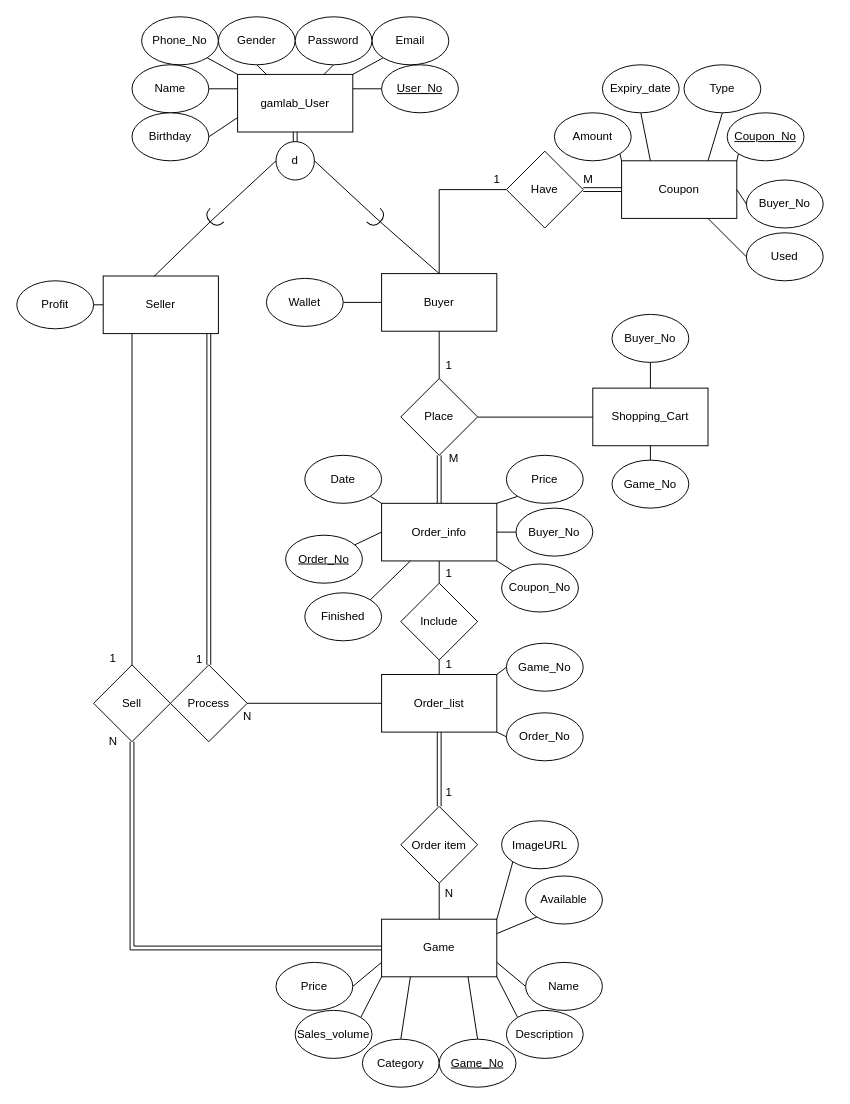
Above: page "ER Diagram" (2 of 3) of DBMS.drawio in 13urgerKing/109-1DBMS (draw.io), before the change. Source tidied: cells renumbered, new cells numbered last; positions are measured from the earlier drawing's top-left corner, leaving out a move shared by most shapes. Both pictures are drawn from the tidied source at 96%, with x=0, y=0 at pixel (16, 16).
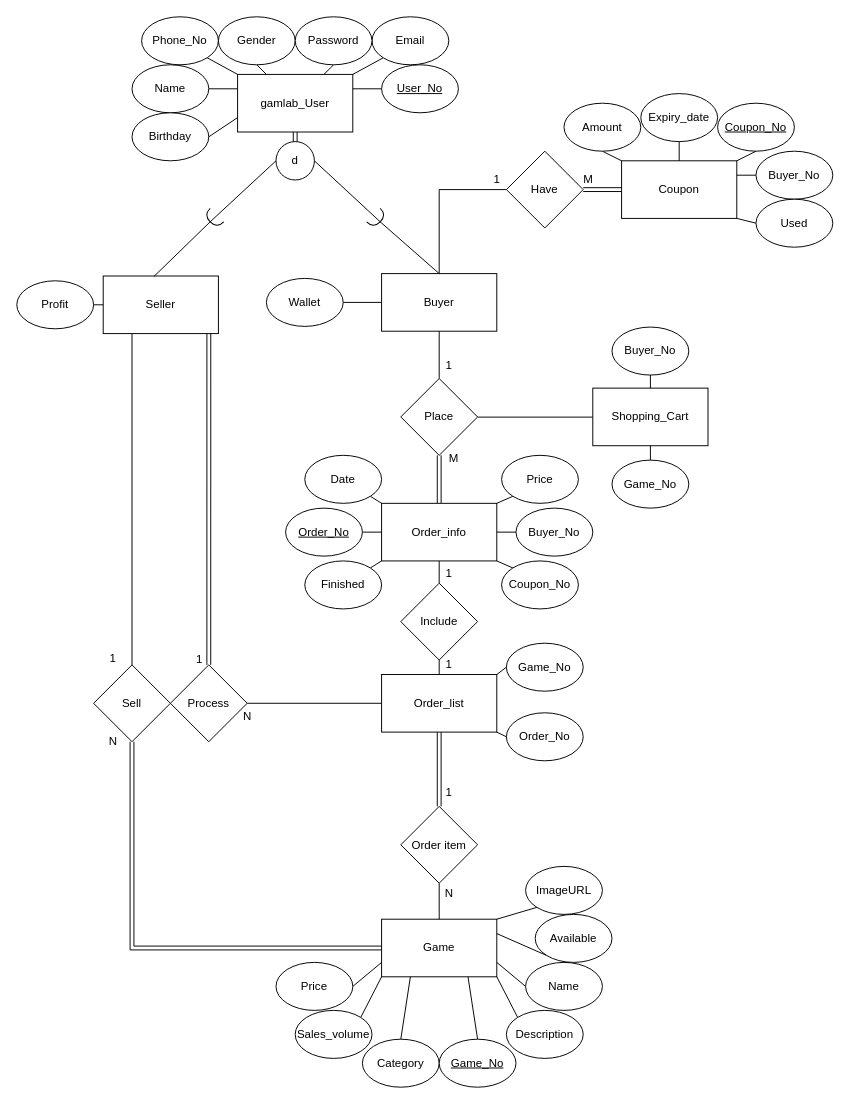
The same page after the edit.

Unchanged cells that the change refers to:
```xml
<mxCell id="69" value="Coupon" style="rounded=0;whiteSpace=wrap;html=1;" parent="1" vertex="1">
  <mxGeometry x="630" y="150" width="120" height="60" as="geometry" />
</mxCell>
<mxCell id="84" value="Order_info" style="rounded=0;whiteSpace=wrap;html=1;" parent="1" vertex="1">
  <mxGeometry x="380" y="506.8" width="120" height="60" as="geometry" />
</mxCell>
```

Diff of the diagram source:
```diff
@@
-    <mxCell id="70" style="edgeStyle=none;rounded=0;jettySize=auto;html=1;exitX=0;exitY=1;exitDx=0;exitDy=0;entryX=1;entryY=0;entryDx=0;entryDy=0;endArrow=none;endFill=0;" parent="1" edge="1" source="71" target="69">
+    <mxCell id="70" style="edgeStyle=none;rounded=0;jettySize=auto;html=1;exitX=0.5;exitY=1;exitDx=0;exitDy=0;entryX=1;entryY=0;entryDx=0;entryDy=0;endArrow=none;endFill=0;" parent="1" edge="1" source="71" target="69">
       <mxGeometry relative="1" as="geometry" />
     </mxCell>
     <mxCell id="71" value="&lt;u&gt;Coupon_No&lt;/u&gt;" style="ellipse;whiteSpace=wrap;html=1;" parent="1" vertex="1">
-      <mxGeometry x="740" y="100" width="80" height="50" as="geometry" />
+      <mxGeometry x="730" y="90" width="80" height="50" as="geometry" />
     </mxCell>
-    <mxCell id="72" style="edgeStyle=none;rounded=0;jettySize=auto;html=1;exitX=0.5;exitY=1;exitDx=0;exitDy=0;entryX=0.25;entryY=0;entryDx=0;entryDy=0;endArrow=none;endFill=0;" parent="1" edge="1" source="73" target="69">
+    <mxCell id="72" style="edgeStyle=none;rounded=0;jettySize=auto;html=1;exitX=0.5;exitY=1;exitDx=0;exitDy=0;entryX=0.5;entryY=0;entryDx=0;entryDy=0;endArrow=none;endFill=0;" parent="1" edge="1" source="73" target="69">
       <mxGeometry relative="1" as="geometry" />
     </mxCell>
     <mxCell id="73" value="Expiry_date" style="ellipse;whiteSpace=wrap;html=1;" parent="1" vertex="1">
-      <mxGeometry x="610" y="50" width="80" height="50" as="geometry" />
+      <mxGeometry x="650" y="80" width="80" height="50" as="geometry" />
     </mxCell>
-    <mxCell id="74" style="edgeStyle=none;rounded=0;jettySize=auto;html=1;exitX=1;exitY=1;exitDx=0;exitDy=0;entryX=0;entryY=0;entryDx=0;entryDy=0;endArrow=none;endFill=0;" parent="1" edge="1" source="75" target="69">
+    <mxCell id="74" style="rounded=0;jettySize=auto;html=1;exitX=0.5;exitY=1;exitDx=0;exitDy=0;entryX=0;entryY=0;entryDx=0;entryDy=0;endArrow=none;endFill=0;" parent="1" edge="1" source="75" target="69">
       <mxGeometry relative="1" as="geometry" />
     </mxCell>
     <mxCell id="75" value="Amount" style="ellipse;whiteSpace=wrap;html=1;" parent="1" vertex="1">
-      <mxGeometry x="560" y="100" width="80" height="50" as="geometry" />
+      <mxGeometry x="570" y="90" width="80" height="50" as="geometry" />
     </mxCell>
@@
-    <mxCell id="81" style="edgeStyle=none;rounded=0;jettySize=auto;html=1;exitX=0.5;exitY=1;exitDx=0;exitDy=0;entryX=0.75;entryY=0;entryDx=0;entryDy=0;endArrow=none;endFill=0;" parent="1" edge="1" source="82" target="69">
-      <mxGeometry relative="1" as="geometry" />
-    </mxCell>
-    <mxCell id="82" value="Type" style="ellipse;whiteSpace=wrap;html=1;" parent="1" vertex="1">
-      <mxGeometry x="695" y="50" width="80" height="50" as="geometry" />
-    </mxCell>
@@
     <mxCell id="88" value="Price" style="ellipse;whiteSpace=wrap;html=1;" parent="1" vertex="1">
-      <mxGeometry x="510" y="456.8" width="80" height="50" as="geometry" />
+      <mxGeometry x="505" y="456.8" width="80" height="50" as="geometry" />
     </mxCell>
@@
     <mxCell id="90" value="Order_No" style="ellipse;whiteSpace=wrap;html=1;fontStyle=4;" parent="1" vertex="1">
-      <mxGeometry x="280" y="540" width="80" height="50" as="geometry" />
+      <mxGeometry x="280" y="511.8" width="80" height="50" as="geometry" />
     </mxCell>
@@
+    <mxCell id="98" style="edgeStyle=none;rounded=0;jettySize=auto;html=1;exitX=0;exitY=0.5;exitDx=0;exitDy=0;entryX=1;entryY=0.25;entryDx=0;entryDy=0;endArrow=none;endFill=0;" parent="1" edge="1" source="97" target="69">
+      <mxGeometry relative="1" as="geometry" />
+    </mxCell>
     <mxCell id="97" value="Buyer_No" style="ellipse;whiteSpace=wrap;html=1;" parent="1" vertex="1">
-      <mxGeometry x="760" y="170" width="80" height="50" as="geometry" />
+      <mxGeometry x="770" y="140" width="80" height="50" as="geometry" />
     </mxCell>
-    <mxCell id="98" style="edgeStyle=none;rounded=0;jettySize=auto;html=1;exitX=0;exitY=0.5;exitDx=0;exitDy=0;entryX=1;entryY=0.5;entryDx=0;entryDy=0;endArrow=none;endFill=0;" parent="1" edge="1" source="97" target="69">
-      <mxGeometry relative="1" as="geometry" />
-    </mxCell>
+    <mxCell id="100" style="edgeStyle=none;rounded=0;jettySize=auto;html=1;exitX=0;exitY=0.5;exitDx=0;exitDy=0;entryX=1;entryY=1;entryDx=0;entryDy=0;endArrow=none;endFill=0;" parent="1" edge="1" source="99" target="69">
+      <mxGeometry relative="1" as="geometry" />
+    </mxCell>
     <mxCell id="99" value="Used" style="ellipse;whiteSpace=wrap;html=1;" parent="1" vertex="1">
-      <mxGeometry x="760" y="225" width="80" height="50" as="geometry" />
+      <mxGeometry x="770" y="190" width="80" height="50" as="geometry" />
     </mxCell>
-    <mxCell id="100" style="edgeStyle=none;rounded=0;jettySize=auto;html=1;exitX=0;exitY=0.5;exitDx=0;exitDy=0;entryX=0.75;entryY=1;entryDx=0;entryDy=0;endArrow=none;endFill=0;" parent="1" edge="1" source="99" target="69">
-      <mxGeometry relative="1" as="geometry" />
-    </mxCell>
     <mxCell id="101" value="ImageURL" style="ellipse;whiteSpace=wrap;html=1;" parent="1" vertex="1">
-      <mxGeometry x="505" y="837.5" width="80" height="50" as="geometry" />
+      <mxGeometry x="530" y="885" width="80" height="50" as="geometry" />
     </mxCell>
@@
     <mxCell id="103" value="Available" style="ellipse;whiteSpace=wrap;html=1;" parent="1" vertex="1">
-      <mxGeometry x="530" y="895" width="80" height="50" as="geometry" />
+      <mxGeometry x="540" y="935" width="80" height="50" as="geometry" />
     </mxCell>
@@
     <mxCell id="108" value="Coupon_No" style="ellipse;whiteSpace=wrap;html=1;" parent="1" vertex="1">
-      <mxGeometry x="505" y="570" width="80" height="50" as="geometry" />
+      <mxGeometry x="505" y="566.8" width="80" height="50" as="geometry" />
     </mxCell>
+    <mxCell id="110" style="edgeStyle=none;rounded=0;jettySize=auto;html=1;exitX=1;exitY=0;exitDx=0;exitDy=0;entryX=0;entryY=1;entryDx=0;entryDy=0;endArrow=none;endFill=0;" parent="1" edge="1" source="109" target="84">
+      <mxGeometry relative="1" as="geometry" />
+    </mxCell>
     <mxCell id="109" value="Finished" style="ellipse;whiteSpace=wrap;html=1;" parent="1" vertex="1">
-      <mxGeometry x="300" y="600" width="80" height="50" as="geometry" />
+      <mxGeometry x="300" y="566.8" width="80" height="50" as="geometry" />
     </mxCell>
-    <mxCell id="110" style="edgeStyle=none;rounded=0;jettySize=auto;html=1;entryX=0.25;entryY=1;entryDx=0;entryDy=0;endArrow=none;endFill=0;exitX=1;exitY=0;exitDx=0;exitDy=0;" parent="1" edge="1" source="109" target="84">
-      <mxGeometry relative="1" as="geometry" />
-    </mxCell>
@@
     <mxCell id="113" value="Buyer_No" style="ellipse;whiteSpace=wrap;html=1;" parent="1" vertex="1">
-      <mxGeometry x="620" y="310" width="80" height="50" as="geometry" />
+      <mxGeometry x="620" y="323.2" width="80" height="50" as="geometry" />
     </mxCell>
```
